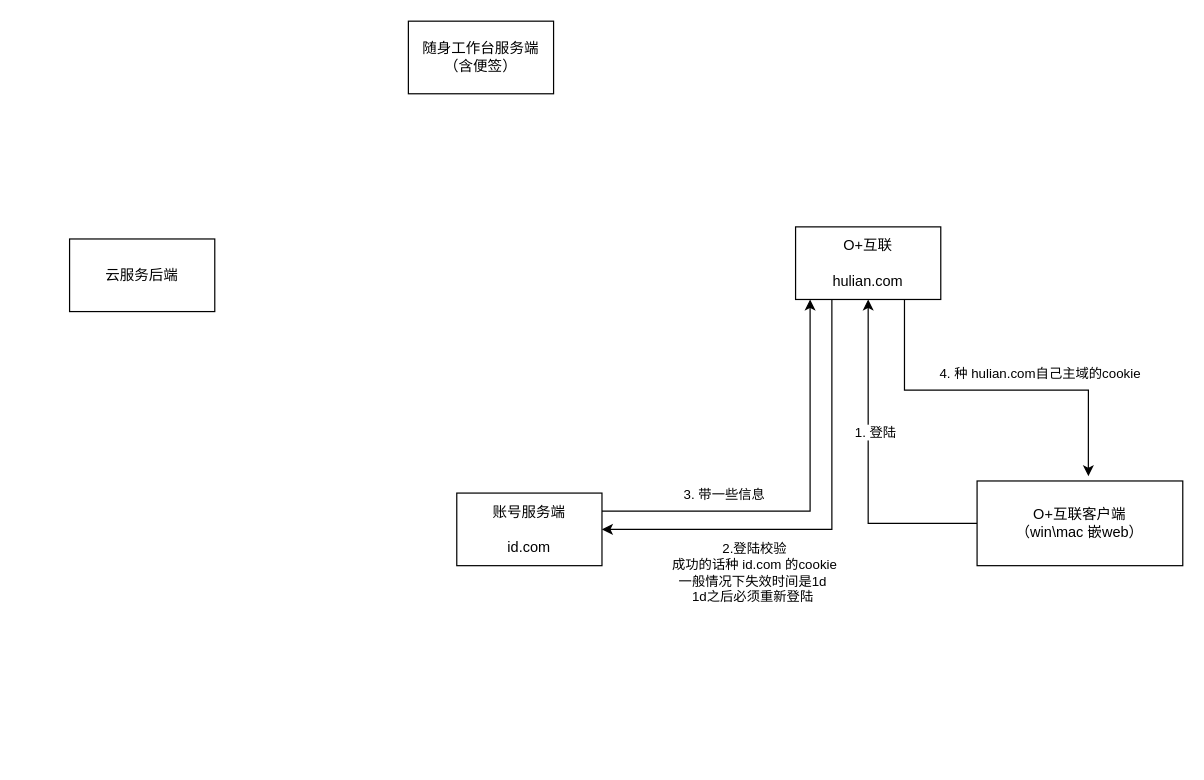
Before: page "第 8 页" (8 of 8) of 个性化.drawio in jingb/pythonRepo, a draw.io diagram. Source tidied: cells renumbered, new cells numbered last; positions are measured from the earlier drawing's top-left corner, leaving out a move shared by most shapes. Both pictures are drawn from the tidied source at 121%, with x=0, y=0 at pixel (69, 21).
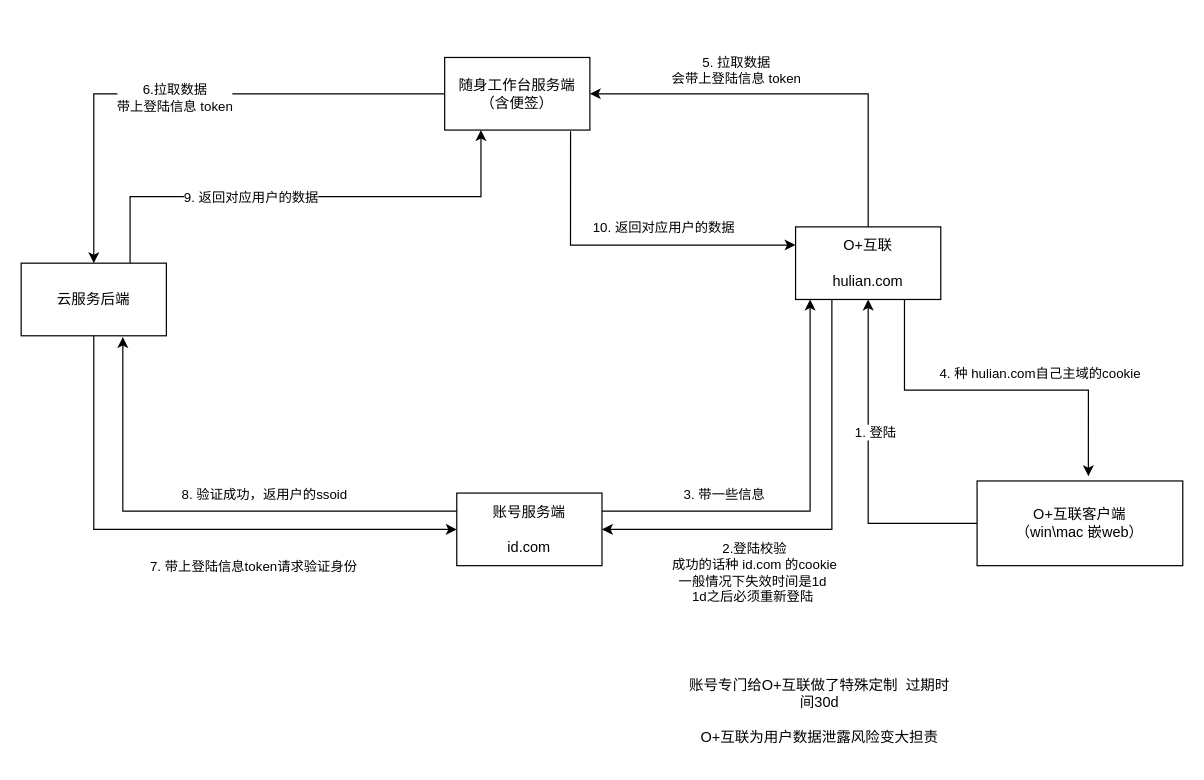
The same page after the edit.

Commit message (it also covers changes not shown here):
更新个性化.drawio

Unchanged cells that the change refers to:
```xml
<mxCell id="2" value="账号服务端&lt;br&gt;&lt;br&gt;id.com" style="rounded=0;whiteSpace=wrap;html=1;" parent="1" vertex="1">
  <mxGeometry x="320" y="390" width="120" height="60" as="geometry" />
</mxCell>
<mxCell id="5" value="O+互联&lt;br&gt;&lt;br&gt;hulian.com" style="rounded=0;whiteSpace=wrap;html=1;" parent="1" vertex="1">
  <mxGeometry x="600" y="170" width="120" height="60" as="geometry" />
</mxCell>
```

What changed in the source:
```diff
@@
+    <mxCell id="15" style="edgeStyle=orthogonalEdgeStyle;rounded=0;jettySize=auto;html=1;exitX=0.5;exitY=0;exitDx=0;exitDy=0;entryX=1;entryY=0.5;entryDx=0;entryDy=0;" parent="1" edge="1" source="5" target="7">
+      <mxGeometry relative="1" as="geometry" />
+    </mxCell>
+    <mxCell id="16" value="5. 拉取数据&lt;br&gt;会带上登陆信息 token" style="edgeLabel;html=1;align=center;verticalAlign=middle;" parent="15" vertex="1">
+      <mxGeometry x="0.55" y="5" relative="1" as="geometry">
+        <mxPoint x="44" y="-25" as="offset" />
+      </mxGeometry>
+    </mxCell>
@@
+    <mxCell id="17" style="edgeStyle=orthogonalEdgeStyle;rounded=0;jettySize=auto;html=1;exitX=0.5;exitY=1;exitDx=0;exitDy=0;entryX=0;entryY=0.5;entryDx=0;entryDy=0;" parent="1" edge="1" source="6" target="2">
+      <mxGeometry relative="1" as="geometry" />
+    </mxCell>
+    <mxCell id="18" value="7. 带上登陆信息token请求验证身份" style="edgeLabel;html=1;align=center;verticalAlign=middle;" parent="17" vertex="1">
+      <mxGeometry x="-0.08" y="2" relative="1" as="geometry">
+        <mxPoint x="79" y="32" as="offset" />
+      </mxGeometry>
+    </mxCell>
+    <mxCell id="19" style="edgeStyle=orthogonalEdgeStyle;rounded=0;jettySize=auto;html=1;exitX=0.75;exitY=0;exitDx=0;exitDy=0;entryX=0.25;entryY=1;entryDx=0;entryDy=0;" parent="1" edge="1" source="6" target="7">
+      <mxGeometry relative="1" as="geometry" />
+    </mxCell>
+    <mxCell id="20" value="9. 返回对应用户的数据" style="edgeLabel;html=1;align=center;verticalAlign=middle;" parent="19" vertex="1">
+      <mxGeometry x="-0.23" relative="1" as="geometry" />
+    </mxCell>
     <mxCell id="6" value="云服务后端" style="rounded=0;whiteSpace=wrap;html=1;" parent="1" vertex="1">
-      <mxGeometry y="180" width="120" height="60" as="geometry" />
+      <mxGeometry x="-40" y="200" width="120" height="60" as="geometry" />
     </mxCell>
+    <mxCell id="21" style="edgeStyle=orthogonalEdgeStyle;rounded=0;jettySize=auto;html=1;exitX=0;exitY=0.5;exitDx=0;exitDy=0;entryX=0.5;entryY=0;entryDx=0;entryDy=0;" parent="1" edge="1" source="7" target="6">
+      <mxGeometry relative="1" as="geometry" />
+    </mxCell>
+    <mxCell id="22" value="6.拉取数据&lt;br&gt;带上登陆信息 token" style="edgeLabel;html=1;align=center;verticalAlign=middle;" parent="21" vertex="1">
+      <mxGeometry x="0.04" y="3" relative="1" as="geometry" />
+    </mxCell>
+    <mxCell id="23" style="edgeStyle=orthogonalEdgeStyle;rounded=0;jettySize=auto;html=1;exitX=0.867;exitY=1.017;exitDx=0;exitDy=0;entryX=0;entryY=0.25;entryDx=0;entryDy=0;exitPerimeter=0;" parent="1" edge="1" source="7" target="5">
+      <mxGeometry relative="1" as="geometry" />
+    </mxCell>
+    <mxCell id="24" value="10. 返回对应用户的数据" style="edgeLabel;html=1;align=center;verticalAlign=middle;" parent="23" vertex="1">
+      <mxGeometry x="0.11" y="3" relative="1" as="geometry">
+        <mxPoint x="15" y="-12" as="offset" />
+      </mxGeometry>
+    </mxCell>
     <mxCell id="7" value="随身工作台服务端（含便签）" style="rounded=0;whiteSpace=wrap;html=1;" parent="1" vertex="1">
-      <mxGeometry x="280" width="120" height="60" as="geometry" />
+      <mxGeometry x="310" y="30" width="120" height="60" as="geometry" />
     </mxCell>
@@
+    <mxCell id="25" style="edgeStyle=orthogonalEdgeStyle;rounded=0;jettySize=auto;html=1;exitX=0;exitY=0.25;exitDx=0;exitDy=0;entryX=0.7;entryY=1.017;entryDx=0;entryDy=0;entryPerimeter=0;" parent="1" edge="1" source="2" target="6">
+      <mxGeometry relative="1" as="geometry" />
+    </mxCell>
+    <mxCell id="26" value="8. 验证成功，返用户的ssoid" style="edgeLabel;html=1;align=center;verticalAlign=middle;" parent="25" vertex="1">
+      <mxGeometry x="-0.01" y="-3" relative="1" as="geometry">
+        <mxPoint x="48" y="-12" as="offset" />
+      </mxGeometry>
+    </mxCell>
+    <mxCell id="27" value="账号专门给O+互联做了特殊定制&amp;nbsp; 过期时间30d&lt;br&gt;&lt;br&gt;O+互联为用户数据泄露风险变大担责" style="text;html=1;align=center;verticalAlign=middle;whiteSpace=wrap;rounded=0;" parent="1" vertex="1">
+      <mxGeometry x="510" y="530" width="220" height="80" as="geometry" />
+    </mxCell>
```
